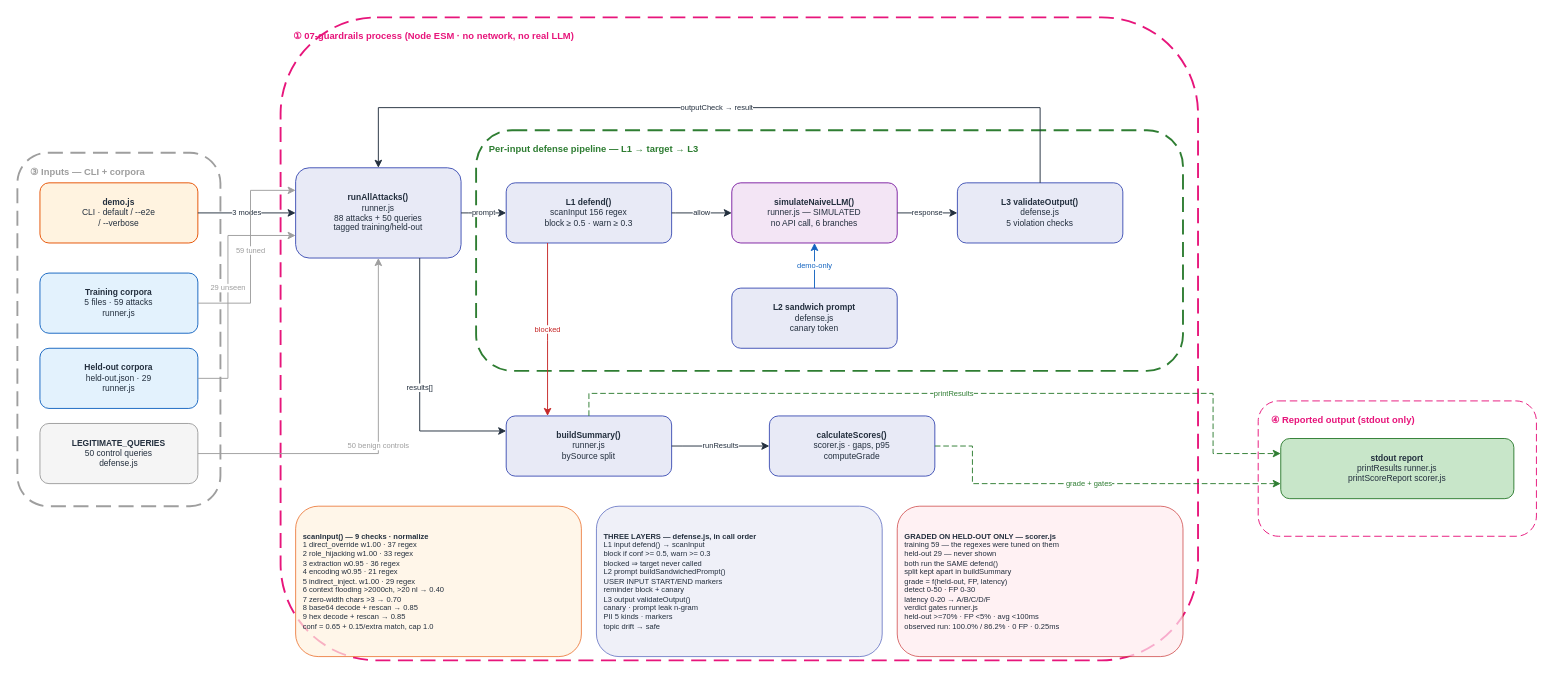
Earlier version of the draw.io diagram docs/diagrams/guardrails_v1/HOA_Guardrails_v1.drawio (gmaheshraju/Hands-on-AgenticAI). Source tidied: cells renumbered, new cells numbered last; positions are measured from the earlier drawing's top-left corner, leaving out a move shared by most shapes. Both pictures are drawn from the tidied source at 94%, with x=0, y=0 at pixel (17, 17).
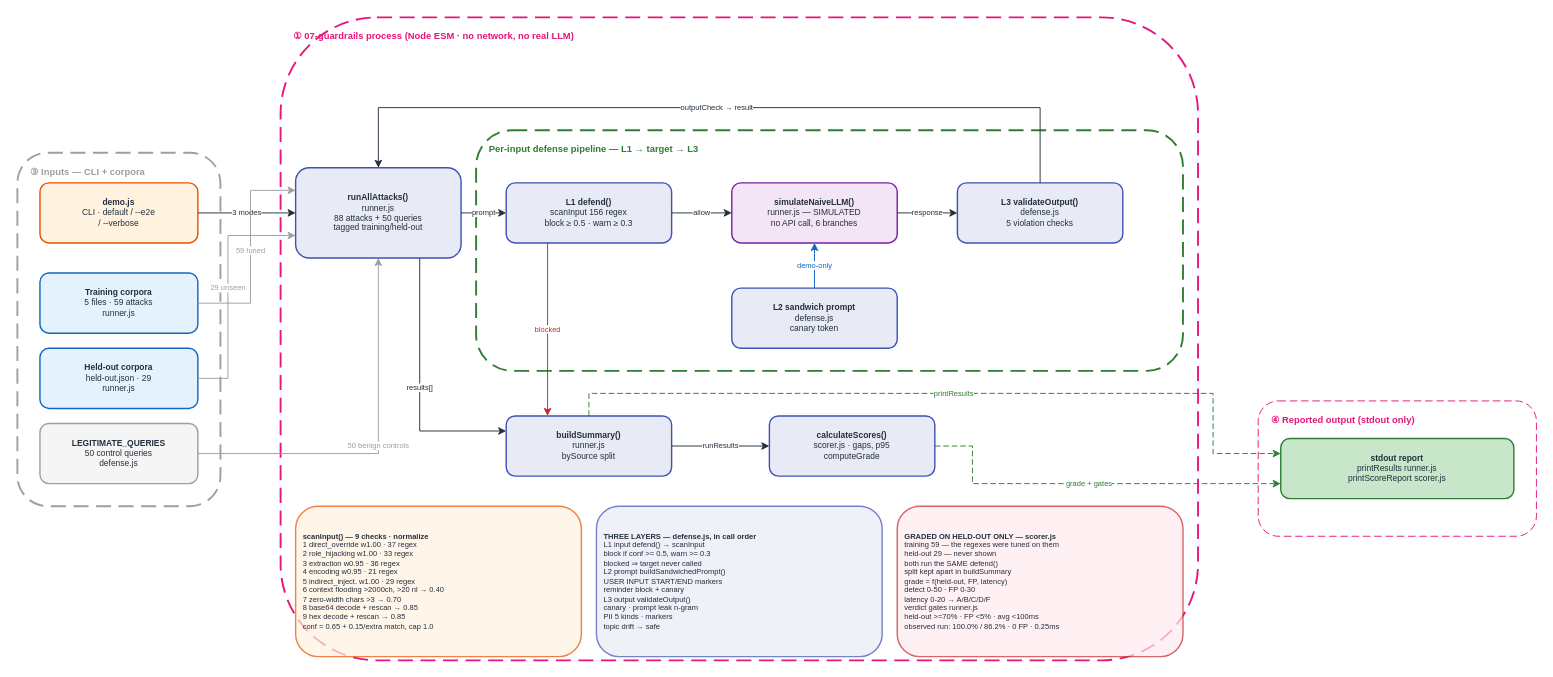
The same page after the edit.

What changed in the source:
```diff
@@
-    <mxCell id="10" value="&lt;b&gt;demo.js&lt;/b&gt;&lt;br&gt;CLI · default / --e2e&lt;br&gt;/ --verbose" style="rounded=1;fillColor=#FFF3E0;strokeColor=#E65100;fontSize=9;fontColor=#232F3E;html=1;whiteSpace=wrap;align=center;" parent="1" vertex="1">
+    <mxCell id="10" value="&lt;b&gt;demo.js&lt;/b&gt;&lt;br&gt;CLI · default / --e2e&lt;br&gt;/ --verbose" style="rounded=1;fillColor=#FFF3E0;strokeColor=#E65100;strokeWidth=1.5;fontSize=9;fontColor=#232F3E;html=1;whiteSpace=wrap;align=center;" parent="1" vertex="1">
       <mxGeometry x="24" y="176" width="168" height="64" as="geometry" />
     </mxCell>
-    <mxCell id="11" value="&lt;b&gt;Training corpora&lt;/b&gt;&lt;br&gt;5 files · 59 attacks&lt;br&gt;runner.js" style="rounded=1;fillColor=#E3F2FD;strokeColor=#1565C0;fontSize=9;fontColor=#232F3E;html=1;whiteSpace=wrap;align=center;" parent="1" vertex="1">
+    <mxCell id="11" value="&lt;b&gt;Training corpora&lt;/b&gt;&lt;br&gt;5 files · 59 attacks&lt;br&gt;runner.js" style="rounded=1;fillColor=#E3F2FD;strokeColor=#1565C0;strokeWidth=1.5;fontSize=9;fontColor=#232F3E;html=1;whiteSpace=wrap;align=center;" parent="1" vertex="1">
       <mxGeometry x="24" y="272" width="168" height="64" as="geometry" />
     </mxCell>
-    <mxCell id="12" value="&lt;b&gt;Held-out corpora&lt;/b&gt;&lt;br&gt;held-out.json · 29&lt;br&gt;runner.js" style="rounded=1;fillColor=#E3F2FD;strokeColor=#1565C0;fontSize=9;fontColor=#232F3E;html=1;whiteSpace=wrap;align=center;" parent="1" vertex="1">
+    <mxCell id="12" value="&lt;b&gt;Held-out corpora&lt;/b&gt;&lt;br&gt;held-out.json · 29&lt;br&gt;runner.js" style="rounded=1;fillColor=#E3F2FD;strokeColor=#1565C0;strokeWidth=1.5;fontSize=9;fontColor=#232F3E;html=1;whiteSpace=wrap;align=center;" parent="1" vertex="1">
       <mxGeometry x="24" y="352" width="168" height="64" as="geometry" />
     </mxCell>
-    <mxCell id="13" value="&lt;b&gt;LEGITIMATE_QUERIES&lt;/b&gt;&lt;br&gt;50 control queries&lt;br&gt;defense.js" style="rounded=1;fillColor=#F5F5F5;strokeColor=#9E9E9E;fontSize=9;fontColor=#232F3E;html=1;whiteSpace=wrap;align=center;" parent="1" vertex="1">
+    <mxCell id="13" value="&lt;b&gt;LEGITIMATE_QUERIES&lt;/b&gt;&lt;br&gt;50 control queries&lt;br&gt;defense.js" style="rounded=1;fillColor=#F5F5F5;strokeColor=#9E9E9E;strokeWidth=1.5;fontSize=9;fontColor=#232F3E;html=1;whiteSpace=wrap;align=center;" parent="1" vertex="1">
       <mxGeometry x="24" y="432" width="168" height="64" as="geometry" />
     </mxCell>
-    <mxCell id="14" value="&lt;b&gt;runAllAttacks()&lt;/b&gt;&lt;br&gt;runner.js&lt;br&gt;88 attacks + 50 queries&lt;br&gt;tagged training/held-out" style="rounded=1;fillColor=#E8EAF6;strokeColor=#3F51B5;fontSize=9;fontColor=#232F3E;html=1;whiteSpace=wrap;align=center;" parent="1" vertex="1">
+    <mxCell id="14" value="&lt;b&gt;runAllAttacks()&lt;/b&gt;&lt;br&gt;runner.js&lt;br&gt;88 attacks + 50 queries&lt;br&gt;tagged training/held-out" style="rounded=1;fillColor=#E8EAF6;strokeColor=#3F51B5;strokeWidth=1.5;fontSize=9;fontColor=#232F3E;html=1;whiteSpace=wrap;align=center;" parent="1" vertex="1">
       <mxGeometry x="296" y="160" width="176" height="96" as="geometry" />
     </mxCell>
-    <mxCell id="15" value="&lt;b&gt;L1 defend()&lt;/b&gt;&lt;br&gt;scanInput 156 regex&lt;br&gt;block ≥ 0.5 · warn ≥ 0.3" style="rounded=1;fillColor=#E8EAF6;strokeColor=#3F51B5;fontSize=9;fontColor=#232F3E;html=1;whiteSpace=wrap;align=center;" parent="1" vertex="1">
+    <mxCell id="15" value="&lt;b&gt;L1 defend()&lt;/b&gt;&lt;br&gt;scanInput 156 regex&lt;br&gt;block ≥ 0.5 · warn ≥ 0.3" style="rounded=1;fillColor=#E8EAF6;strokeColor=#3F51B5;strokeWidth=1.5;fontSize=9;fontColor=#232F3E;html=1;whiteSpace=wrap;align=center;" parent="1" vertex="1">
       <mxGeometry x="520" y="176" width="176" height="64" as="geometry" />
     </mxCell>
-    <mxCell id="16" value="&lt;b&gt;simulateNaiveLLM()&lt;/b&gt;&lt;br&gt;runner.js — SIMULATED&lt;br&gt;no API call, 6 branches" style="rounded=1;fillColor=#F3E5F5;strokeColor=#7B1FA2;fontSize=9;fontColor=#232F3E;html=1;whiteSpace=wrap;align=center;" parent="1" vertex="1">
+    <mxCell id="16" value="&lt;b&gt;simulateNaiveLLM()&lt;/b&gt;&lt;br&gt;runner.js — SIMULATED&lt;br&gt;no API call, 6 branches" style="rounded=1;fillColor=#F3E5F5;strokeColor=#7B1FA2;strokeWidth=1.5;fontSize=9;fontColor=#232F3E;html=1;whiteSpace=wrap;align=center;" parent="1" vertex="1">
       <mxGeometry x="760" y="176" width="176" height="64" as="geometry" />
     </mxCell>
-    <mxCell id="17" value="&lt;b&gt;L3 validateOutput()&lt;/b&gt;&lt;br&gt;defense.js&lt;br&gt;5 violation checks" style="rounded=1;fillColor=#E8EAF6;strokeColor=#3F51B5;fontSize=9;fontColor=#232F3E;html=1;whiteSpace=wrap;align=center;" parent="1" vertex="1">
+    <mxCell id="17" value="&lt;b&gt;L3 validateOutput()&lt;/b&gt;&lt;br&gt;defense.js&lt;br&gt;5 violation checks" style="rounded=1;fillColor=#E8EAF6;strokeColor=#3F51B5;strokeWidth=1.5;fontSize=9;fontColor=#232F3E;html=1;whiteSpace=wrap;align=center;" parent="1" vertex="1">
       <mxGeometry x="1000" y="176" width="176" height="64" as="geometry" />
     </mxCell>
-    <mxCell id="18" value="&lt;b&gt;L2 sandwich prompt&lt;/b&gt;&lt;br&gt;defense.js&lt;br&gt;canary token" style="rounded=1;fillColor=#E8EAF6;strokeColor=#3F51B5;fontSize=9;fontColor=#232F3E;html=1;whiteSpace=wrap;align=center;" parent="1" vertex="1">
+    <mxCell id="18" value="&lt;b&gt;L2 sandwich prompt&lt;/b&gt;&lt;br&gt;defense.js&lt;br&gt;canary token" style="rounded=1;fillColor=#E8EAF6;strokeColor=#3F51B5;strokeWidth=1.5;fontSize=9;fontColor=#232F3E;html=1;whiteSpace=wrap;align=center;" parent="1" vertex="1">
       <mxGeometry x="760" y="288" width="176" height="64" as="geometry" />
     </mxCell>
-    <mxCell id="19" value="&lt;b&gt;buildSummary()&lt;/b&gt;&lt;br&gt;runner.js&lt;br&gt;bySource split" style="rounded=1;fillColor=#E8EAF6;strokeColor=#3F51B5;fontSize=9;fontColor=#232F3E;html=1;whiteSpace=wrap;align=center;" parent="1" vertex="1">
+    <mxCell id="19" value="&lt;b&gt;buildSummary()&lt;/b&gt;&lt;br&gt;runner.js&lt;br&gt;bySource split" style="rounded=1;fillColor=#E8EAF6;strokeColor=#3F51B5;strokeWidth=1.5;fontSize=9;fontColor=#232F3E;html=1;whiteSpace=wrap;align=center;" parent="1" vertex="1">
       <mxGeometry x="520" y="424" width="176" height="64" as="geometry" />
     </mxCell>
-    <mxCell id="20" value="&lt;b&gt;calculateScores()&lt;/b&gt;&lt;br&gt;scorer.js · gaps, p95&lt;br&gt;computeGrade" style="rounded=1;fillColor=#E8EAF6;strokeColor=#3F51B5;fontSize=9;fontColor=#232F3E;html=1;whiteSpace=wrap;align=center;" parent="1" vertex="1">
+    <mxCell id="20" value="&lt;b&gt;calculateScores()&lt;/b&gt;&lt;br&gt;scorer.js · gaps, p95&lt;br&gt;computeGrade" style="rounded=1;fillColor=#E8EAF6;strokeColor=#3F51B5;strokeWidth=1.5;fontSize=9;fontColor=#232F3E;html=1;whiteSpace=wrap;align=center;" parent="1" vertex="1">
       <mxGeometry x="800" y="424" width="176" height="64" as="geometry" />
     </mxCell>
-    <mxCell id="21" value="&lt;b&gt;stdout report&lt;/b&gt;&lt;br&gt;printResults runner.js&lt;br&gt;printScoreReport scorer.js" style="rounded=1;fillColor=#C8E6C9;strokeColor=#2E7D32;fontSize=9;fontColor=#232F3E;html=1;whiteSpace=wrap;align=center;" parent="1" vertex="1">
+    <mxCell id="21" value="&lt;b&gt;stdout report&lt;/b&gt;&lt;br&gt;printResults runner.js&lt;br&gt;printScoreReport scorer.js" style="rounded=1;fillColor=#C8E6C9;strokeColor=#2E7D32;strokeWidth=1.5;fontSize=9;fontColor=#232F3E;html=1;whiteSpace=wrap;align=center;" parent="1" vertex="1">
       <mxGeometry x="1344" y="448" width="248" height="64" as="geometry" />
     </mxCell>
-    <mxCell id="22" value="&lt;b&gt;scanInput() — 9 checks · normalize&lt;/b&gt;&lt;br&gt;1 direct_override w1.00 · 37 regex&lt;br&gt;2 role_hijacking w1.00 · 33 regex&lt;br&gt;3 extraction w0.95 · 36 regex&lt;br&gt;4 encoding w0.95 · 21 regex&lt;br&gt;5 indirect_inject. w1.00 · 29 regex&lt;br&gt;6 context flooding &amp;gt;2000ch, &amp;gt;20 nl → 0.40&lt;br&gt;7 zero-width chars &amp;gt;3 → 0.70&lt;br&gt;8 base64 decode + rescan → 0.85&lt;br&gt;9 hex decode + rescan → 0.85&lt;br&gt;conf = 0.65 + 0.15/extra match, cap 1.0" style="rounded=1;fillColor=#FFF3E0;strokeColor=#E65100;fontSize=8;fontColor=#232F3E;html=1;whiteSpace=wrap;align=left;spacingLeft=6;opacity=70;" parent="1" vertex="1">
+    <mxCell id="22" value="&lt;b&gt;scanInput() — 9 checks · normalize&lt;/b&gt;&lt;br&gt;1 direct_override w1.00 · 37 regex&lt;br&gt;2 role_hijacking w1.00 · 33 regex&lt;br&gt;3 extraction w0.95 · 36 regex&lt;br&gt;4 encoding w0.95 · 21 regex&lt;br&gt;5 indirect_inject. w1.00 · 29 regex&lt;br&gt;6 context flooding &amp;gt;2000ch, &amp;gt;20 nl → 0.40&lt;br&gt;7 zero-width chars &amp;gt;3 → 0.70&lt;br&gt;8 base64 decode + rescan → 0.85&lt;br&gt;9 hex decode + rescan → 0.85&lt;br&gt;conf = 0.65 + 0.15/extra match, cap 1.0" style="rounded=1;fillColor=#FFF3E0;strokeColor=#E65100;strokeWidth=1.5;fontSize=8;fontColor=#232F3E;html=1;whiteSpace=wrap;align=left;spacingLeft=6;opacity=70;" parent="1" vertex="1">
       <mxGeometry x="296" y="520" width="304" height="160" as="geometry" />
     </mxCell>
-    <mxCell id="23" value="&lt;b&gt;THREE LAYERS — defense.js, in call order&lt;/b&gt;&lt;br&gt;L1 input defend() → scanInput&lt;br&gt; block if conf &amp;gt;= 0.5, warn &amp;gt;= 0.3&lt;br&gt; blocked ⇒ target never called&lt;br&gt;L2 prompt buildSandwichedPrompt()&lt;br&gt; USER INPUT START/END markers&lt;br&gt; reminder block + canary&lt;br&gt;L3 output validateOutput()&lt;br&gt; canary · prompt leak n-gram&lt;br&gt; PII 5 kinds · markers&lt;br&gt; topic drift → safe" style="rounded=1;fillColor=#E8EAF6;strokeColor=#3F51B5;fontSize=8;fontColor=#232F3E;html=1;whiteSpace=wrap;align=left;spacingLeft=6;opacity=70;" parent="1" vertex="1">
+    <mxCell id="23" value="&lt;b&gt;THREE LAYERS — defense.js, in call order&lt;/b&gt;&lt;br&gt;L1 input defend() → scanInput&lt;br&gt; block if conf &amp;gt;= 0.5, warn &amp;gt;= 0.3&lt;br&gt; blocked ⇒ target never called&lt;br&gt;L2 prompt buildSandwichedPrompt()&lt;br&gt; USER INPUT START/END markers&lt;br&gt; reminder block + canary&lt;br&gt;L3 output validateOutput()&lt;br&gt; canary · prompt leak n-gram&lt;br&gt; PII 5 kinds · markers&lt;br&gt; topic drift → safe" style="rounded=1;fillColor=#E8EAF6;strokeColor=#3F51B5;strokeWidth=1.5;fontSize=8;fontColor=#232F3E;html=1;whiteSpace=wrap;align=left;spacingLeft=6;opacity=70;" parent="1" vertex="1">
       <mxGeometry x="616" y="520" width="304" height="160" as="geometry" />
     </mxCell>
-    <mxCell id="24" value="&lt;b&gt;GRADED ON HELD-OUT ONLY — scorer.js&lt;/b&gt;&lt;br&gt;training 59 — the regexes were tuned on them&lt;br&gt;held-out 29 — never shown&lt;br&gt;both run the SAME defend()&lt;br&gt;split kept apart in buildSummary&lt;br&gt;grade = f(held-out, FP, latency)&lt;br&gt; detect 0-50 · FP 0-30&lt;br&gt; latency 0-20 → A/B/C/D/F&lt;br&gt;verdict gates runner.js&lt;br&gt; held-out &amp;gt;=70% · FP &amp;lt;5% · avg &amp;lt;100ms&lt;br&gt;observed run: 100.0% / 86.2% · 0 FP · 0.25ms" style="rounded=1;fillColor=#FFEBEE;strokeColor=#C62828;fontSize=8;fontColor=#232F3E;html=1;whiteSpace=wrap;align=left;spacingLeft=6;opacity=70;" parent="1" vertex="1">
+    <mxCell id="24" value="&lt;b&gt;GRADED ON HELD-OUT ONLY — scorer.js&lt;/b&gt;&lt;br&gt;training 59 — the regexes were tuned on them&lt;br&gt;held-out 29 — never shown&lt;br&gt;both run the SAME defend()&lt;br&gt;split kept apart in buildSummary&lt;br&gt;grade = f(held-out, FP, latency)&lt;br&gt; detect 0-50 · FP 0-30&lt;br&gt; latency 0-20 → A/B/C/D/F&lt;br&gt;verdict gates runner.js&lt;br&gt; held-out &amp;gt;=70% · FP &amp;lt;5% · avg &amp;lt;100ms&lt;br&gt;observed run: 100.0% / 86.2% · 0 FP · 0.25ms" style="rounded=1;fillColor=#FFEBEE;strokeColor=#C62828;strokeWidth=1.5;fontSize=8;fontColor=#232F3E;html=1;whiteSpace=wrap;align=left;spacingLeft=6;opacity=70;" parent="1" vertex="1">
       <mxGeometry x="936" y="520" width="304" height="160" as="geometry" />
     </mxCell>
```
